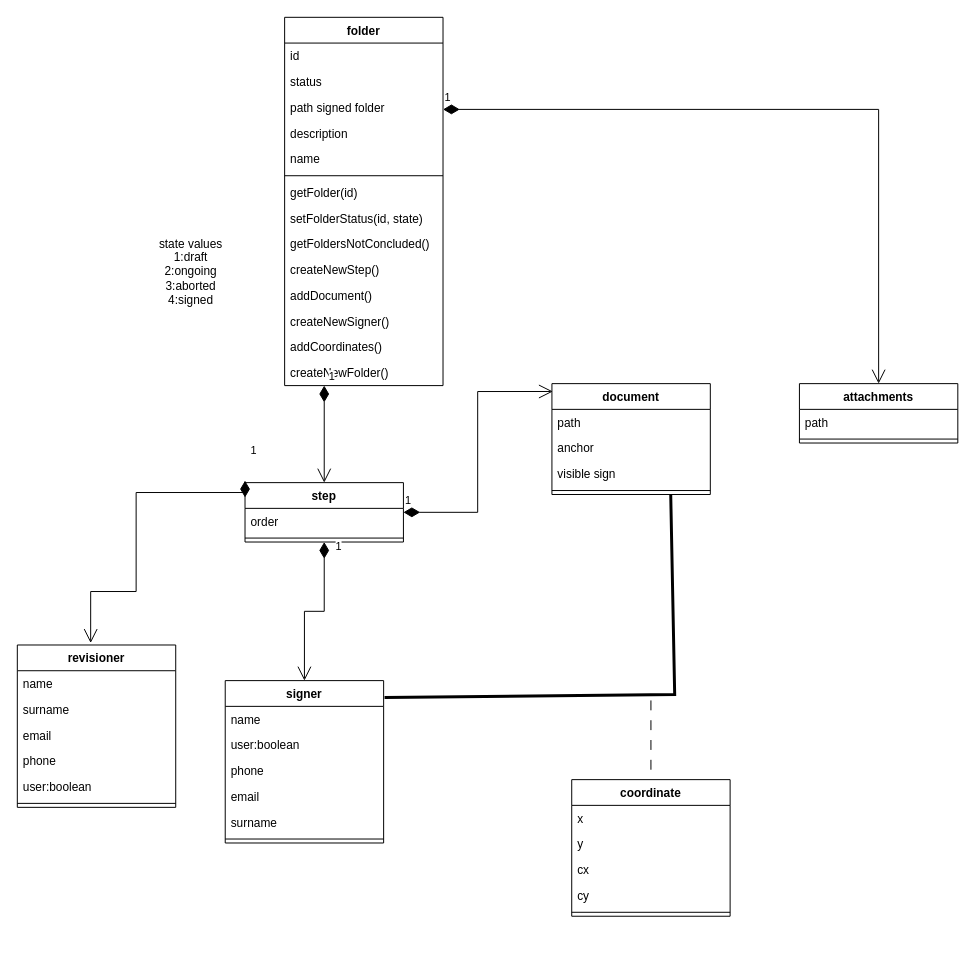
This is page "model" (1 of 2) of model.drawio from carnivuth/digitalsignIntegrationdoc, a draw.io file, before an edit. Source tidied: cells renumbered, new cells numbered last; positions are measured from the earlier drawing's top-left corner, leaving out a move shared by most shapes. Both pictures are drawn from the tidied source at 99%, with x=0, y=0 at pixel (17, 17).
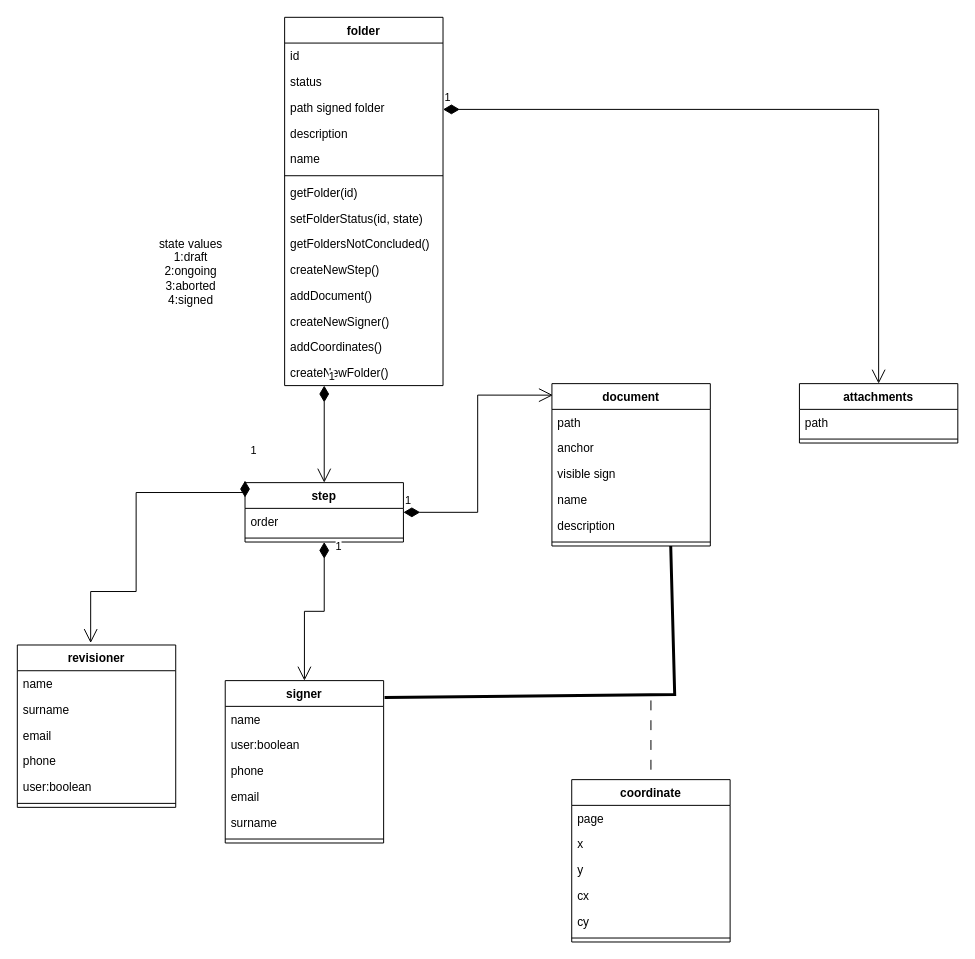
The same diagram, later.

The edit, as a diff of the source:
```diff
@@
     <mxCell id="17" value="document" style="swimlane;fontStyle=1;align=center;verticalAlign=top;horizontal=1;startSize=26;" parent="1" vertex="1">
-      <mxGeometry x="540" y="370" width="160" height="112" as="geometry" />
+      <mxGeometry x="540" y="370" width="160" height="164" as="geometry" />
     </mxCell>
@@
+    <mxCell id="56" value="name" style="text;strokeColor=none;fillColor=none;align=left;verticalAlign=top;spacingLeft=4;spacingRight=4;overflow=hidden;" parent="17" vertex="1">
+      <mxGeometry y="104" width="160" height="26" as="geometry" />
+    </mxCell>
+    <mxCell id="57" value="description" style="text;strokeColor=none;fillColor=none;align=left;verticalAlign=top;spacingLeft=4;spacingRight=4;overflow=hidden;" parent="17" vertex="1">
+      <mxGeometry y="130" width="160" height="26" as="geometry" />
+    </mxCell>
     <mxCell id="21" style="line;strokeWidth=1;fillColor=none;align=left;verticalAlign=middle;spacingTop=-1;spacingLeft=3;spacingRight=3;labelPosition=right;strokeColor=inherit;" parent="17" vertex="1">
-      <mxGeometry y="104" width="160" height="8" as="geometry" />
+      <mxGeometry y="156" width="160" height="8" as="geometry" />
     </mxCell>
@@
     <mxCell id="39" value="coordinate" style="swimlane;fontStyle=1;align=center;verticalAlign=top;horizontal=1;startSize=26;" parent="1" vertex="1">
-      <mxGeometry x="560" y="770" width="160" height="138" as="geometry" />
+      <mxGeometry x="560" y="770" width="160" height="164" as="geometry" />
     </mxCell>
+    <mxCell id="58" value="page" style="text;strokeColor=none;fillColor=none;align=left;verticalAlign=top;spacingLeft=4;spacingRight=4;overflow=hidden;" parent="39" vertex="1">
+      <mxGeometry y="26" width="160" height="26" as="geometry" />
+    </mxCell>
     <mxCell id="40" value="x" style="text;strokeColor=none;fillColor=none;align=left;verticalAlign=top;spacingLeft=4;spacingRight=4;overflow=hidden;" parent="39" vertex="1">
-      <mxGeometry y="26" width="160" height="26" as="geometry" />
+      <mxGeometry y="52" width="160" height="26" as="geometry" />
     </mxCell>
     <mxCell id="41" value="y" style="text;strokeColor=none;fillColor=none;align=left;verticalAlign=top;spacingLeft=4;spacingRight=4;overflow=hidden;" parent="39" vertex="1">
-      <mxGeometry y="52" width="160" height="26" as="geometry" />
+      <mxGeometry y="78" width="160" height="26" as="geometry" />
     </mxCell>
     <mxCell id="42" value="cx" style="text;strokeColor=none;fillColor=none;align=left;verticalAlign=top;spacingLeft=4;spacingRight=4;overflow=hidden;" parent="39" vertex="1">
-      <mxGeometry y="78" width="160" height="26" as="geometry" />
+      <mxGeometry y="104" width="160" height="26" as="geometry" />
     </mxCell>
     <mxCell id="43" value="cy" style="text;strokeColor=none;fillColor=none;align=left;verticalAlign=top;spacingLeft=4;spacingRight=4;overflow=hidden;" parent="39" vertex="1">
-      <mxGeometry y="104" width="160" height="26" as="geometry" />
+      <mxGeometry y="130" width="160" height="26" as="geometry" />
     </mxCell>
     <mxCell id="44" style="line;strokeWidth=1;fillColor=none;align=left;verticalAlign=middle;spacingTop=-1;spacingLeft=3;spacingRight=3;labelPosition=right;strokeColor=inherit;" parent="39" vertex="1">
-      <mxGeometry y="130" width="160" height="8" as="geometry" />
+      <mxGeometry y="156" width="160" height="8" as="geometry" />
     </mxCell>
```
